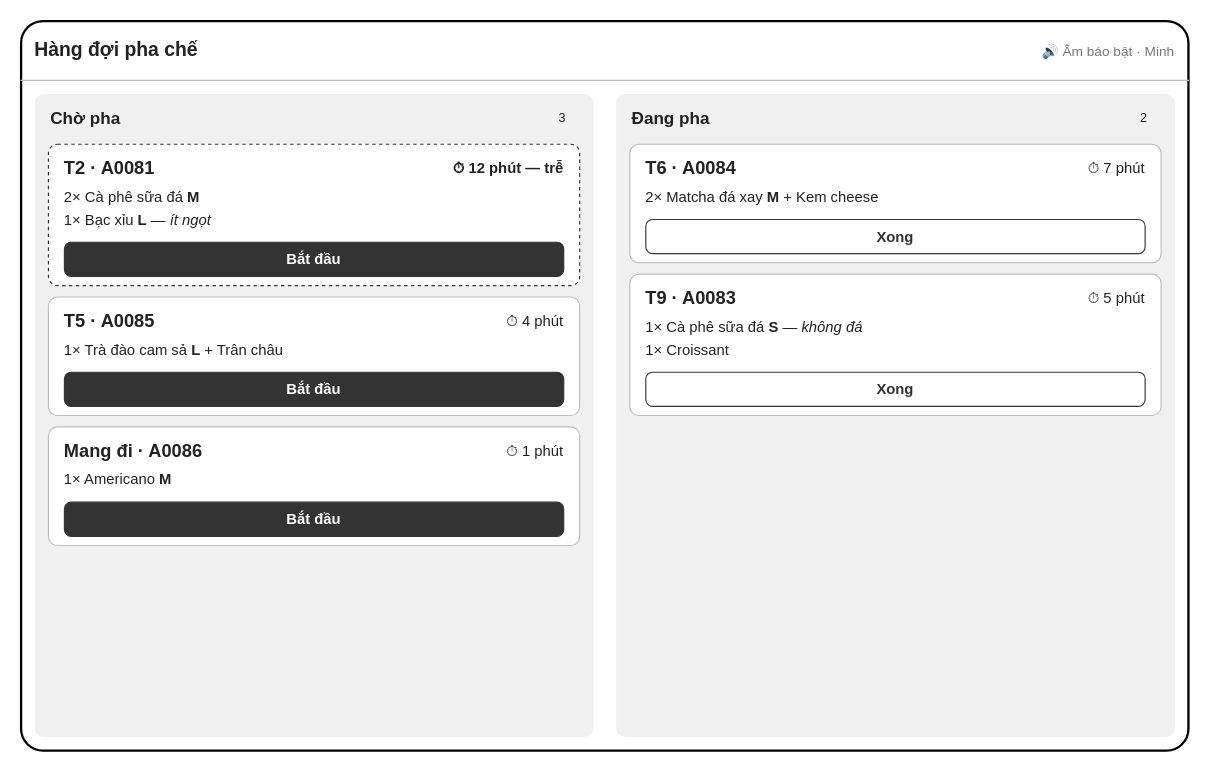
The draw.io diagram page "S16 Barista queue (tablet)" (25 of 33) of docs/diagrams/screen-mockups.drawio in huytran303/CafeManagementSystem, before the edit. Source tidied: cells renumbered, new cells numbered last; positions are measured from the earlier drawing's top-left corner, leaving out a move shared by most shapes. Both pictures are drawn from the tidied source at 114%, with x=0, y=0 at pixel (21, 21).
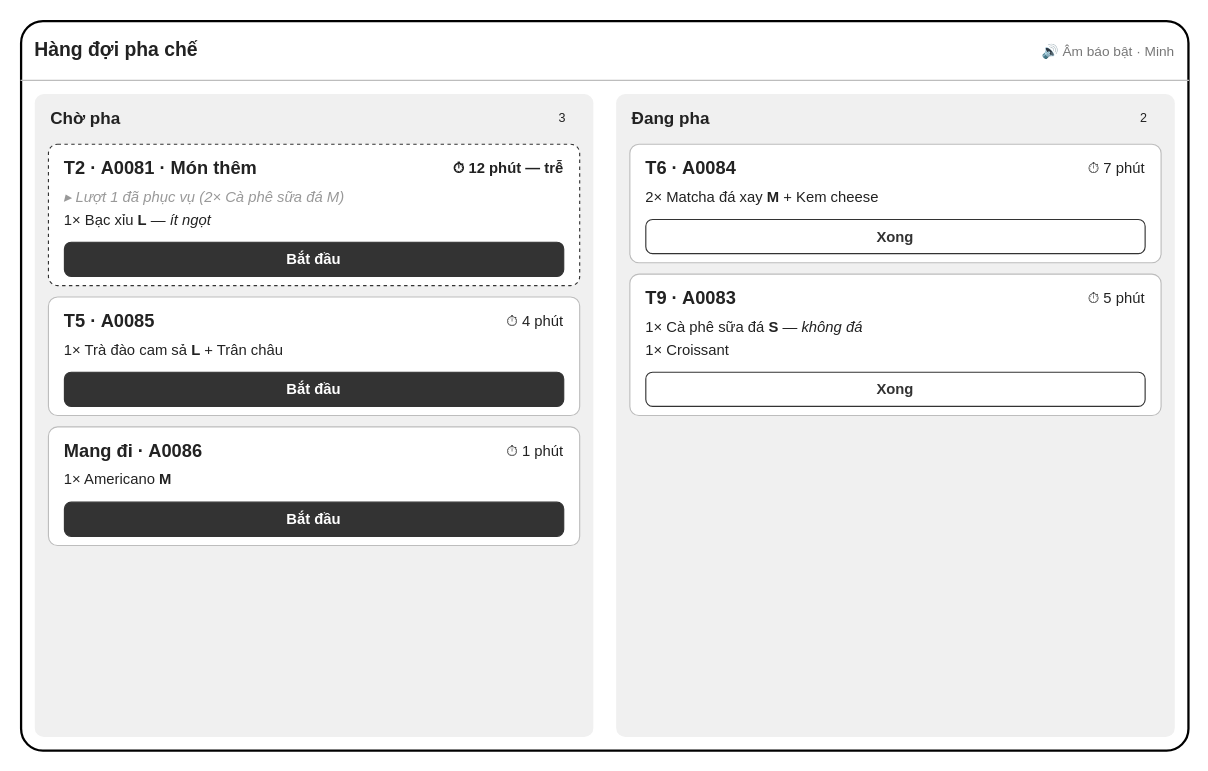
Above is the later version.

Change to the diagram source:
```diff
@@
-    <mxCell id="10" value="T2 · A0081" style="html=1;whiteSpace=wrap;fontFamily=Helvetica;html=1;whiteSpace=wrap;fontFamily=Helvetica;text;strokeColor=none;fillColor=none;spacing=0;fontSize=16;fontStyle=1;fontColor=#222222;align=left;verticalAlign=middle;" parent="1" vertex="1">
+    <mxCell id="10" value="T2 · A0081 · Món thêm" style="html=1;whiteSpace=wrap;fontFamily=Helvetica;html=1;whiteSpace=wrap;fontFamily=Helvetica;text;strokeColor=none;fillColor=none;spacing=0;fontSize=16;fontStyle=1;fontColor=#222222;align=left;verticalAlign=middle;" parent="1" vertex="1">
       <mxGeometry x="38" y="118" width="300" height="22" as="geometry" />
     </mxCell>
@@
-    <mxCell id="12" value="2× Cà phê sữa đá &lt;b&gt;M&lt;/b&gt;" style="html=1;whiteSpace=wrap;fontFamily=Helvetica;html=1;whiteSpace=wrap;fontFamily=Helvetica;text;strokeColor=none;fillColor=none;spacing=0;fontSize=13;fontStyle=0;fontColor=#222222;align=left;verticalAlign=middle;" parent="1" vertex="1">
+    <mxCell id="12" value="▸ Lượt 1 đã phục vụ (2× Cà phê sữa đá M)" style="html=1;whiteSpace=wrap;fontFamily=Helvetica;html=1;whiteSpace=wrap;fontFamily=Helvetica;text;strokeColor=none;fillColor=none;spacing=0;fontSize=13;fontStyle=2;fontColor=#999999;align=left;verticalAlign=middle;" parent="1" vertex="1">
       <mxGeometry x="38" y="144" width="430" height="20" as="geometry" />
     </mxCell>
```
